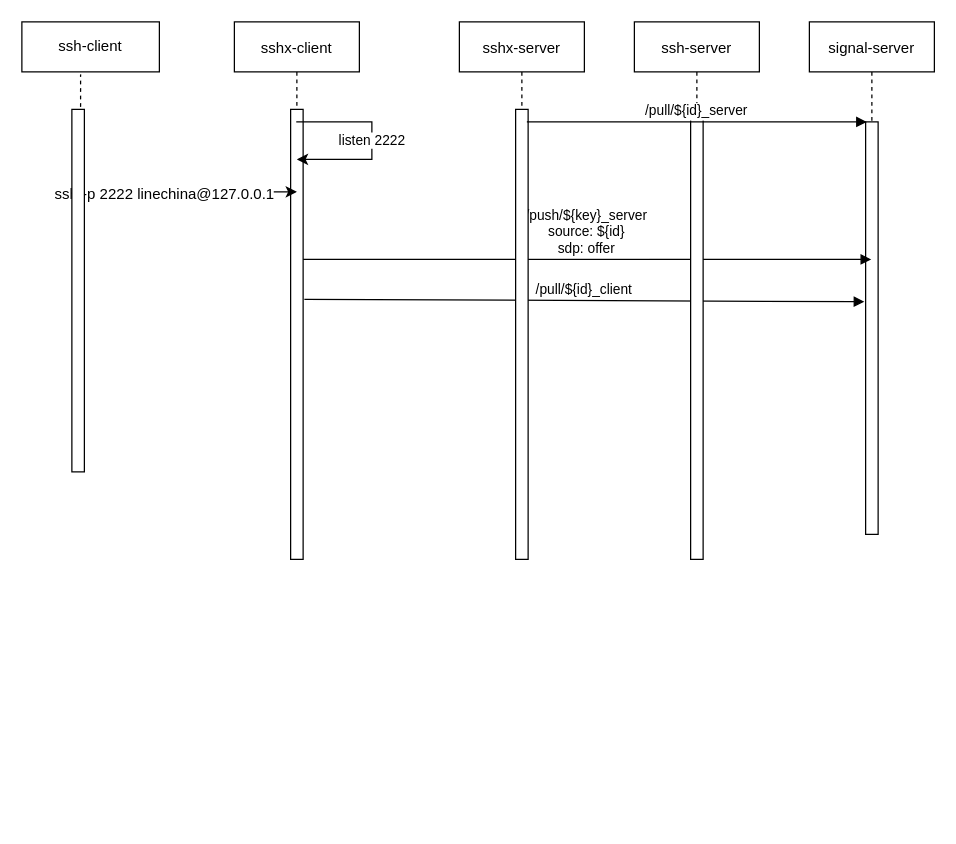
Above: Untitled Diagram.drawio in tallongsun/CloudNative (draw.io), before the change. Source tidied: cells renumbered, new cells numbered last; positions are measured from the earlier drawing's top-left corner, leaving out a move shared by most shapes. Both pictures are drawn from the tidied source at 125%, with x=0, y=0 at pixel (21, 21).
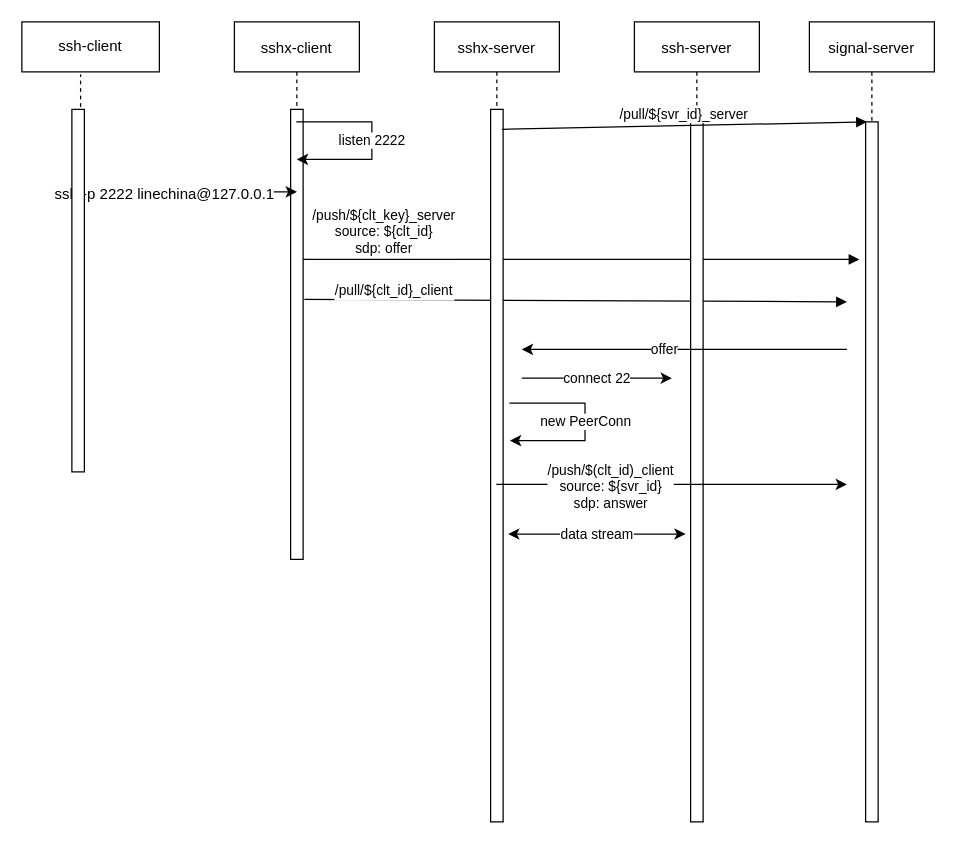
The same diagram, later.

Unchanged cells that the change refers to:
```xml
<mxCell id="3" style="points=[];perimeter=orthogonalPerimeter;rounded=0;shadow=0;strokeWidth=1;" parent="2" vertex="1">
  <mxGeometry x="45" y="70" width="10" height="360" as="geometry" />
</mxCell>
```

Change to the diagram source:
```diff
@@
     <mxCell id="4" value="signal-server" style="shape=umlLifeline;perimeter=lifelinePerimeter;rounded=0;shadow=0;strokeWidth=1;" parent="1" vertex="1">
-      <mxGeometry x="630" width="100" height="410" as="geometry" />
+      <mxGeometry x="630" width="100" height="640" as="geometry" />
     </mxCell>
     <mxCell id="5" style="points=[];perimeter=orthogonalPerimeter;rounded=0;shadow=0;strokeWidth=1;" parent="4" vertex="1">
-      <mxGeometry x="45" y="80" width="10" height="330" as="geometry" />
+      <mxGeometry x="45" y="80" width="10" height="560" as="geometry" />
     </mxCell>
-    <mxCell id="6" value="/push/${key}_server&#10;source: ${id}&#10;sdp: offer" style="verticalAlign=bottom;endArrow=block;shadow=0;strokeWidth=1;" parent="1" edge="1" source="3" target="4">
-      <mxGeometry relative="1" as="geometry">
+    <mxCell id="6" value="/push/${clt_key}_server&#10;source: ${clt_id}&#10;sdp: offer" style="verticalAlign=bottom;endArrow=block;shadow=0;strokeWidth=1;" parent="1" edge="1" source="3">
+      <mxGeometry x="-0.71" relative="1" as="geometry">
+        <mxPoint x="670" y="190" as="targetPoint" />
         <Array as="points">
           <mxPoint x="225" y="190" />
         </Array>
       </mxGeometry>
     </mxCell>
@@
-    <mxCell id="13" value="/pull/${id}_client" style="verticalAlign=bottom;endArrow=block;shadow=0;strokeWidth=1;entryX=-0.1;entryY=0.436;entryDx=0;entryDy=0;entryPerimeter=0;exitX=1.1;exitY=0.422;exitDx=0;exitDy=0;exitPerimeter=0;" parent="1" edge="1" source="3" target="5">
-      <mxGeometry relative="1" as="geometry" />
+    <mxCell id="13" value="/pull/${clt_id}_client" style="verticalAlign=bottom;endArrow=block;shadow=0;strokeWidth=1;exitX=1.1;exitY=0.422;exitDx=0;exitDy=0;exitPerimeter=0;" parent="1" edge="1" source="3">
+      <mxGeometry x="-0.67" y="-2" relative="1" as="geometry">
+        <mxPoint x="660" y="224" as="targetPoint" />
+      </mxGeometry>
     </mxCell>
     <mxCell id="14" value="sshx-server" style="shape=umlLifeline;perimeter=lifelinePerimeter;rounded=0;shadow=0;strokeWidth=1;" parent="1" vertex="1">
-      <mxGeometry x="350" width="100" height="430" as="geometry" />
+      <mxGeometry x="330" width="100" height="640" as="geometry" />
     </mxCell>
     <mxCell id="15" style="points=[];perimeter=orthogonalPerimeter;rounded=0;shadow=0;strokeWidth=1;" parent="14" vertex="1">
-      <mxGeometry x="45" y="70" width="10" height="360" as="geometry" />
+      <mxGeometry x="45" y="70" width="10" height="570" as="geometry" />
     </mxCell>
     <mxCell id="16" value="ssh-server" style="shape=umlLifeline;perimeter=lifelinePerimeter;rounded=0;shadow=0;strokeWidth=1;" parent="1" vertex="1">
-      <mxGeometry x="490" width="100" height="430" as="geometry" />
+      <mxGeometry x="490" width="100" height="640" as="geometry" />
     </mxCell>
     <mxCell id="17" style="points=[];perimeter=orthogonalPerimeter;rounded=0;shadow=0;strokeWidth=1;" parent="16" vertex="1">
-      <mxGeometry x="45" y="70" width="10" height="360" as="geometry" />
+      <mxGeometry x="45" y="70" width="10" height="570" as="geometry" />
     </mxCell>
-    <mxCell id="18" value="/pull/${id}_server" style="verticalAlign=bottom;endArrow=block;shadow=0;strokeWidth=1;entryX=0.1;entryY=0;entryDx=0;entryDy=0;entryPerimeter=0;exitX=0.9;exitY=0.028;exitDx=0;exitDy=0;exitPerimeter=0;" parent="1" edge="1" source="15" target="5">
+    <mxCell id="18" value="/pull/${svr_id}_server" style="verticalAlign=bottom;endArrow=block;shadow=0;strokeWidth=1;entryX=0.1;entryY=0;entryDx=0;entryDy=0;entryPerimeter=0;exitX=0.9;exitY=0.028;exitDx=0;exitDy=0;exitPerimeter=0;" parent="1" edge="1" source="15" target="5">
       <mxGeometry relative="1" as="geometry" />
     </mxCell>
+    <mxCell id="19" style="endArrow=classic;html=1;" parent="1" edge="1">
+      <mxGeometry relative="1" as="geometry">
+        <mxPoint x="660" y="262" as="sourcePoint" />
+        <mxPoint x="400" y="262" as="targetPoint" />
+      </mxGeometry>
+    </mxCell>
+    <mxCell id="20" value="offer" style="edgeLabel;html=1;align=center;verticalAlign=middle;" parent="19" vertex="1">
+      <mxGeometry x="0.13" y="-1" relative="1" as="geometry" />
+    </mxCell>
+    <mxCell id="21" value="connect 22" style="endArrow=classic;html=1;" parent="1" edge="1">
+      <mxGeometry relative="1" as="geometry">
+        <mxPoint x="400" y="285" as="sourcePoint" />
+        <mxPoint x="520" y="285" as="targetPoint" />
+      </mxGeometry>
+    </mxCell>
+    <mxCell id="22" value="data stream" style="endArrow=classic;startArrow=classic;html=1;exitX=1.4;exitY=0.596;exitDx=0;exitDy=0;exitPerimeter=0;entryX=-0.4;entryY=0.596;entryDx=0;entryDy=0;entryPerimeter=0;" parent="1" edge="1" source="15" target="17">
+      <mxGeometry relative="1" as="geometry" />
+    </mxCell>
+    <mxCell id="23" style="endArrow=classic;html=1;" parent="1" edge="1" source="14">
+      <mxGeometry relative="1" as="geometry">
+        <mxPoint x="660" y="370" as="targetPoint" />
+      </mxGeometry>
+    </mxCell>
+    <mxCell id="24" value="/push/$(clt_id)_client&lt;br&gt;source: ${svr_id}&lt;br&gt;sdp: answer" style="edgeLabel;html=1;align=center;verticalAlign=middle;" parent="23" vertex="1">
+      <mxGeometry x="-0.36" y="-1" relative="1" as="geometry">
+        <mxPoint x="1" as="offset" />
+      </mxGeometry>
+    </mxCell>
+    <mxCell id="25" value="new PeerConn" style="edgeStyle=orthogonalEdgeStyle;rounded=0;orthogonalLoop=1;jettySize=auto;html=1;" parent="1" edge="1">
+      <mxGeometry relative="1" as="geometry">
+        <mxPoint x="390" y="305" as="sourcePoint" />
+        <mxPoint x="390.5" y="335" as="targetPoint" />
+        <Array as="points">
+          <mxPoint x="450.5" y="305" />
+          <mxPoint x="450.5" y="335" />
+        </Array>
+      </mxGeometry>
+    </mxCell>
```
